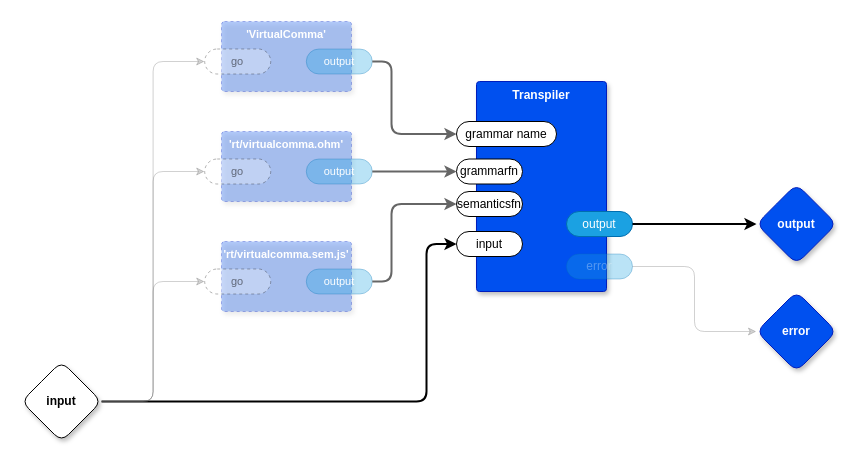
Before: page "Delineate Words" (3 of 11) of loop-syntax.drawio in guitarvydas/loop-syntax, a draw.io diagram. Source tidied: cells renumbered, new cells numbered last; positions are measured from the earlier drawing's top-left corner, leaving out a move shared by most shapes. Both pictures are drawn from the tidied source at 100%, with x=0, y=0 at pixel (21, 21).
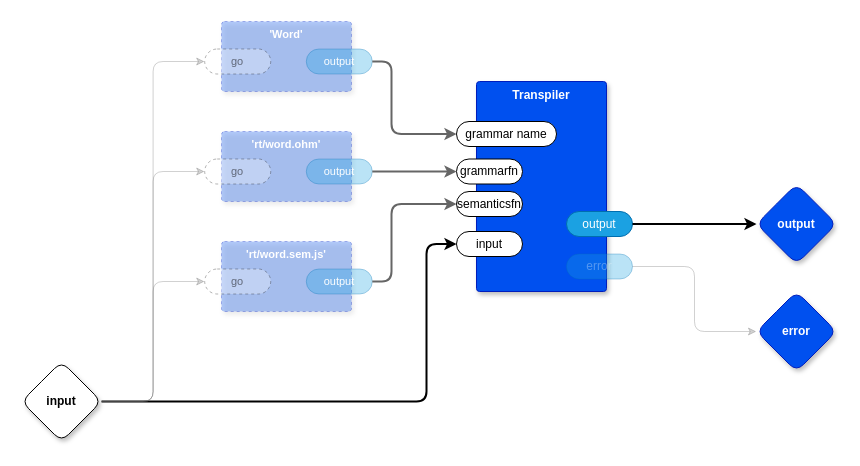
After the change.

The edit, as a diff of the source:
```diff
@@
-    <mxCell id="18" value="'VirtualComma'" style="rounded=1;whiteSpace=wrap;html=1;sketch=0;verticalAlign=top;arcSize=6;fontStyle=1;absoluteArcSize=1;shadow=1;strokeColor=#001DBC;fillColor=#0050ef;fontColor=#ffffff;fontFamily=Helvetica;fontSize=11;dashed=1;opacity=30;" parent="1" vertex="1">
+    <mxCell id="18" value="'Word'" style="rounded=1;whiteSpace=wrap;html=1;sketch=0;verticalAlign=top;arcSize=6;fontStyle=1;absoluteArcSize=1;shadow=1;strokeColor=#001DBC;fillColor=#0050ef;fontColor=#ffffff;fontFamily=Helvetica;fontSize=11;dashed=1;opacity=30;" parent="1" vertex="1">
       <mxGeometry x="200" width="130" height="70" as="geometry" />
     </mxCell>
@@
-    <mxCell id="21" value="'rt/virtualcomma.ohm'" style="rounded=1;whiteSpace=wrap;html=1;sketch=0;verticalAlign=top;arcSize=6;fontStyle=1;absoluteArcSize=1;shadow=1;strokeColor=#001DBC;fillColor=#0050ef;fontColor=#ffffff;fontFamily=Helvetica;fontSize=11;dashed=1;opacity=30;" parent="1" vertex="1">
+    <mxCell id="21" value="'rt/word.ohm'" style="rounded=1;whiteSpace=wrap;html=1;sketch=0;verticalAlign=top;arcSize=6;fontStyle=1;absoluteArcSize=1;shadow=1;strokeColor=#001DBC;fillColor=#0050ef;fontColor=#ffffff;fontFamily=Helvetica;fontSize=11;dashed=1;opacity=30;" parent="1" vertex="1">
       <mxGeometry x="200" y="110" width="130" height="70" as="geometry" />
     </mxCell>
@@
-    <mxCell id="24" value="'rt/virtualcomma.sem.js'" style="rounded=1;whiteSpace=wrap;html=1;sketch=0;verticalAlign=top;arcSize=6;fontStyle=1;absoluteArcSize=1;shadow=1;strokeColor=#001DBC;fillColor=#0050ef;fontColor=#ffffff;fontFamily=Helvetica;fontSize=11;dashed=1;opacity=30;" parent="1" vertex="1">
+    <mxCell id="24" value="'rt/word.sem.js'" style="rounded=1;whiteSpace=wrap;html=1;sketch=0;verticalAlign=top;arcSize=6;fontStyle=1;absoluteArcSize=1;shadow=1;strokeColor=#001DBC;fillColor=#0050ef;fontColor=#ffffff;fontFamily=Helvetica;fontSize=11;dashed=1;opacity=30;" parent="1" vertex="1">
       <mxGeometry x="200" y="220" width="130" height="70" as="geometry" />
     </mxCell>
```
